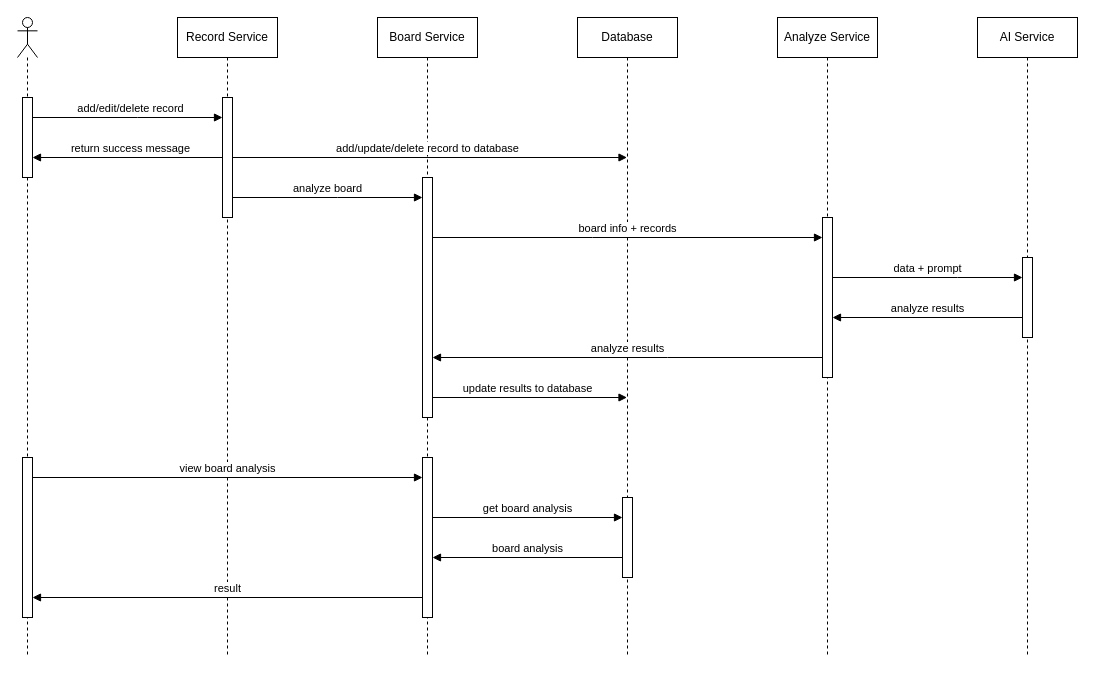
longlt201203/finex-api keeps this draw.io diagram as mainflow.drawio. Above is the earlier version. Source tidied: cells renumbered, new cells numbered last; positions are measured from the earlier drawing's top-left corner, leaving out a move shared by most shapes. Both pictures are drawn from the tidied source at 100%, with x=0, y=0 at pixel (17, 17).
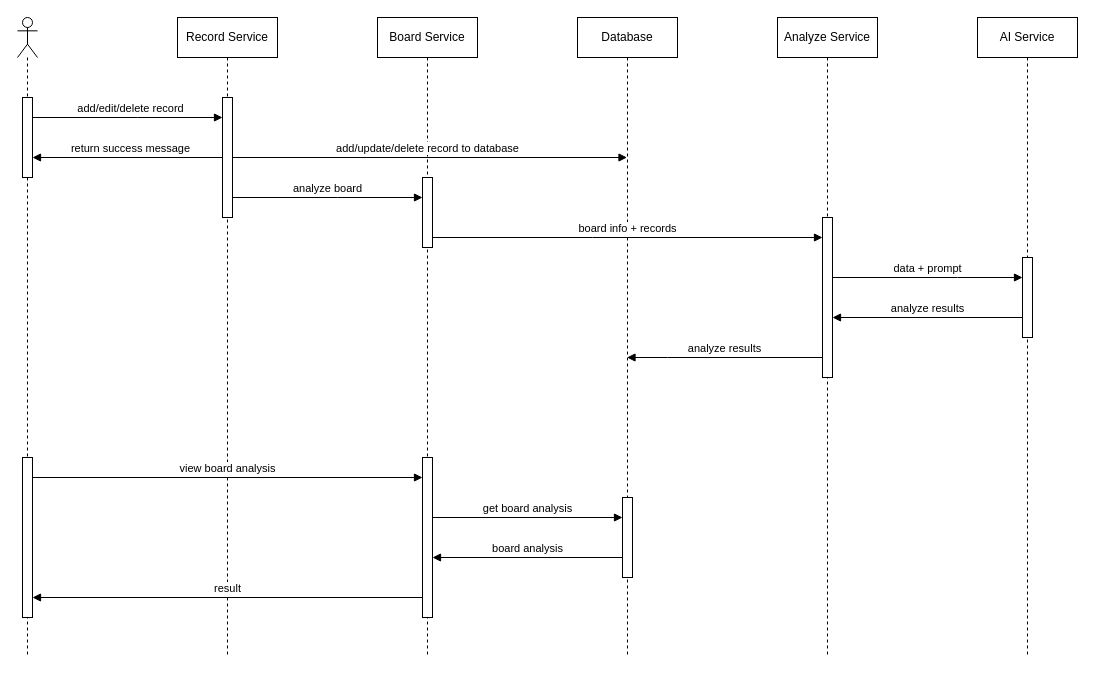
The same page after the edit.

The change refers to these unchanged cells:
```xml
<mxCell id="7" value="Board Service" style="shape=umlLifeline;perimeter=lifelinePerimeter;whiteSpace=wrap;html=1;newEdgeStyle={&quot;curved&quot;:0,&quot;rounded&quot;:0};" parent="1" vertex="1">
  <mxGeometry x="360" width="100" height="640" as="geometry" />
</mxCell>
<mxCell id="13" value="Database" style="shape=umlLifeline;perimeter=lifelinePerimeter;whiteSpace=wrap;html=1;outlineConnect=0;portConstraint=eastwest;newEdgeStyle={&quot;curved&quot;:0,&quot;rounded&quot;:0};" parent="1" vertex="1">
  <mxGeometry x="560" width="100" height="640" as="geometry" />
</mxCell>
<mxCell id="17" style="html=1;points=[[0,0,0,0,5],[0,1,0,0,-5],[1,0,0,0,5],[1,1,0,0,-5]];perimeter=orthogonalPerimeter;outlineConnect=0;targetShapes=umlLifeline;portConstraint=eastwest;newEdgeStyle={&quot;curved&quot;:0,&quot;rounded&quot;:0};" parent="16" vertex="1">
  <mxGeometry x="45" y="200" width="10" height="160" as="geometry" />
</mxCell>
```

What changed in the source:
```diff
@@
     <mxCell id="8" style="html=1;points=[[0,0,0,0,5],[0,1,0,0,-5],[1,0,0,0,5],[1,1,0,0,-5]];perimeter=orthogonalPerimeter;outlineConnect=0;targetShapes=umlLifeline;portConstraint=eastwest;newEdgeStyle={&quot;curved&quot;:0,&quot;rounded&quot;:0};" parent="7" vertex="1">
-      <mxGeometry x="45" y="160" width="10" height="240" as="geometry" />
+      <mxGeometry x="45" y="160" width="10" height="70" as="geometry" />
     </mxCell>
@@
-    <mxCell id="19" value="analyze results" style="html=1;verticalAlign=bottom;endArrow=block;curved=0;rounded=0;" parent="1" edge="1" source="17" target="8">
+    <mxCell id="19" value="analyze results" style="html=1;verticalAlign=bottom;endArrow=block;curved=0;rounded=0;" parent="1" edge="1" source="17" target="13">
       <mxGeometry relative="1" as="geometry">
         <Array as="points">
           <mxPoint x="650" y="340" />
         </Array>
       </mxGeometry>
     </mxCell>
-    <mxCell id="20" value="update results to database" style="html=1;verticalAlign=bottom;endArrow=block;curved=0;rounded=0;" parent="1" edge="1">
-      <mxGeometry x="-0.02" relative="1" as="geometry">
-        <mxPoint x="415" y="380" as="sourcePoint" />
-        <mxPoint x="609.5" y="380" as="targetPoint" />
-      </mxGeometry>
-    </mxCell>
```
